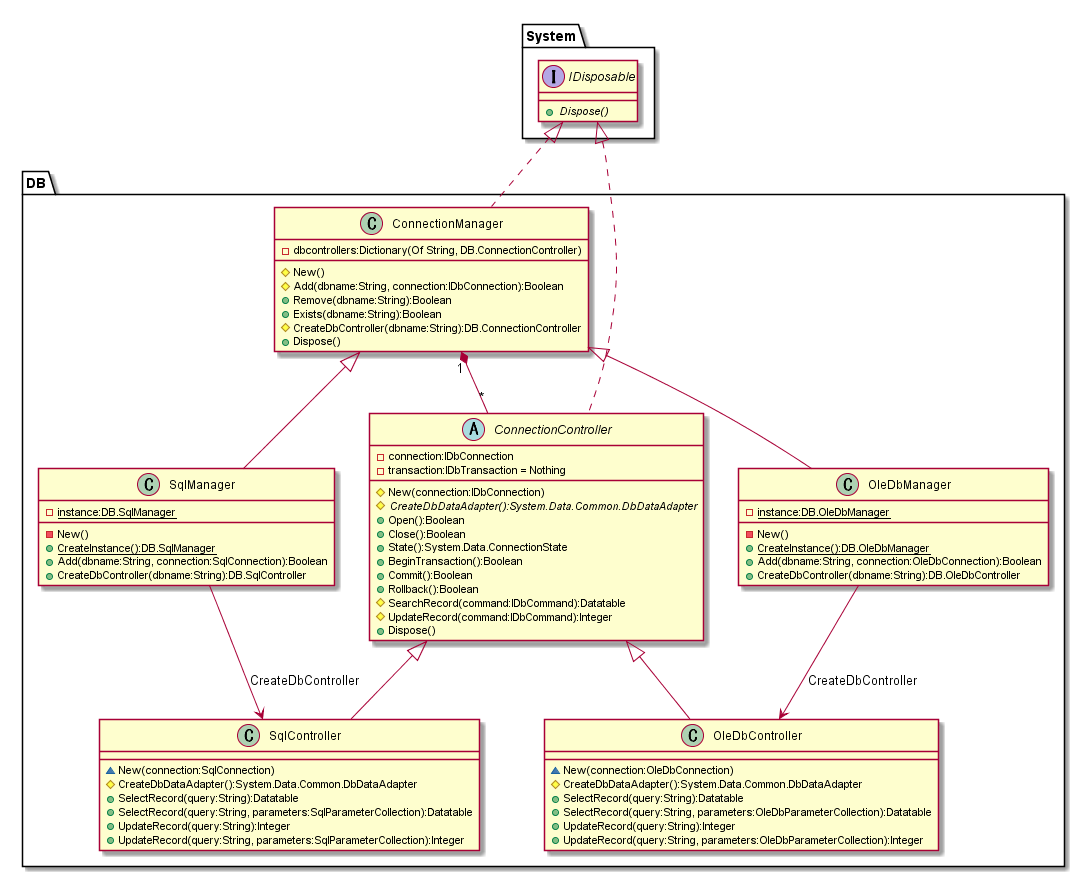
Above: doc/ClassDiagram/ConnectionControll.png in hirorich/CommonTool (PlantUML), before the change.
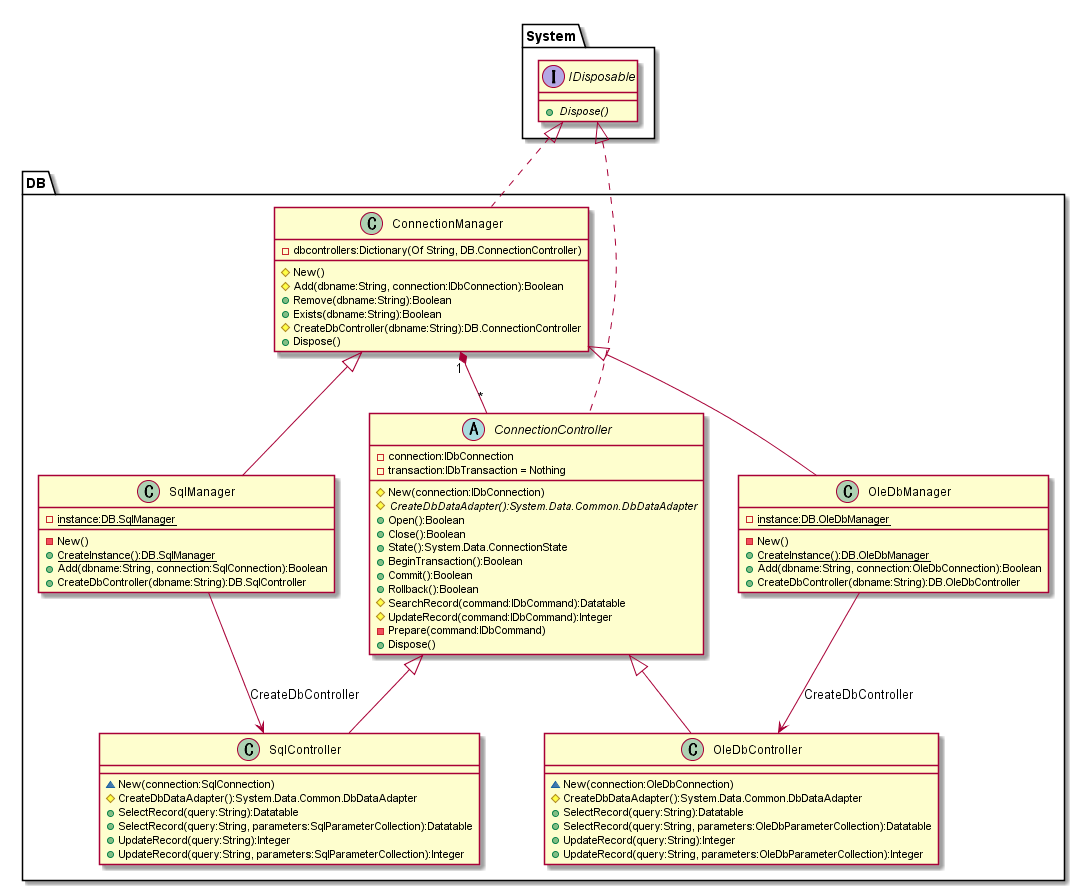
The same diagram one commit later.

Change to the diagram source:
```diff
@@ -50,6 +50,7 @@
   + Rollback():Boolean
   # SearchRecord(command:IDbCommand):Datatable
   # UpdateRecord(command:IDbCommand):Integer
+  - Prepare(command:IDbCommand)
   + Dispose()
 }
 System.IDisposable <|.. DB.ConnectionController
```
